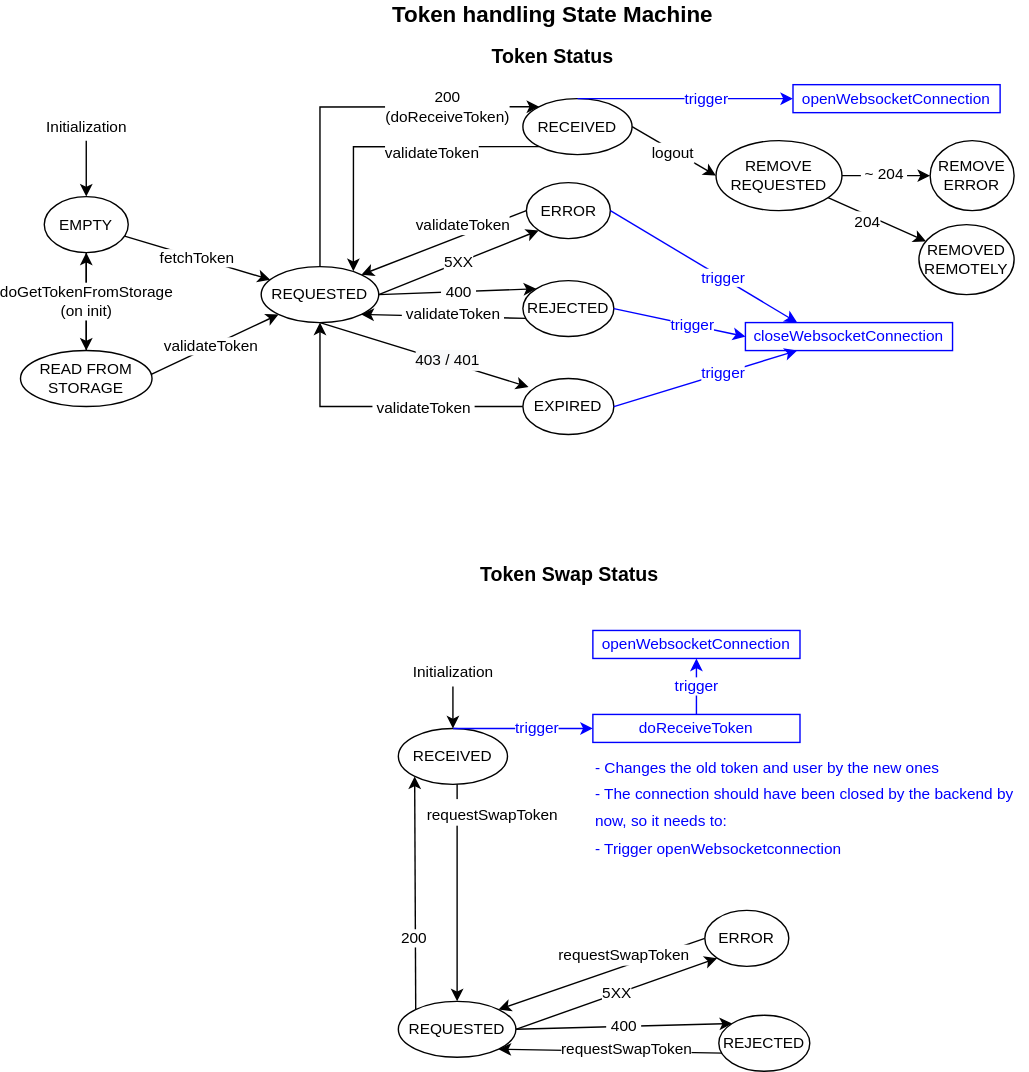
The draw.io diagram love/docsrc/assets/redux-auth.svg in lsst-ts/LOVE-frontend, before a commit. Source tidied: cells renumbered, new cells last; positions are measured from the earlier drawing's top-left corner, leaving out a move shared by most shapes.
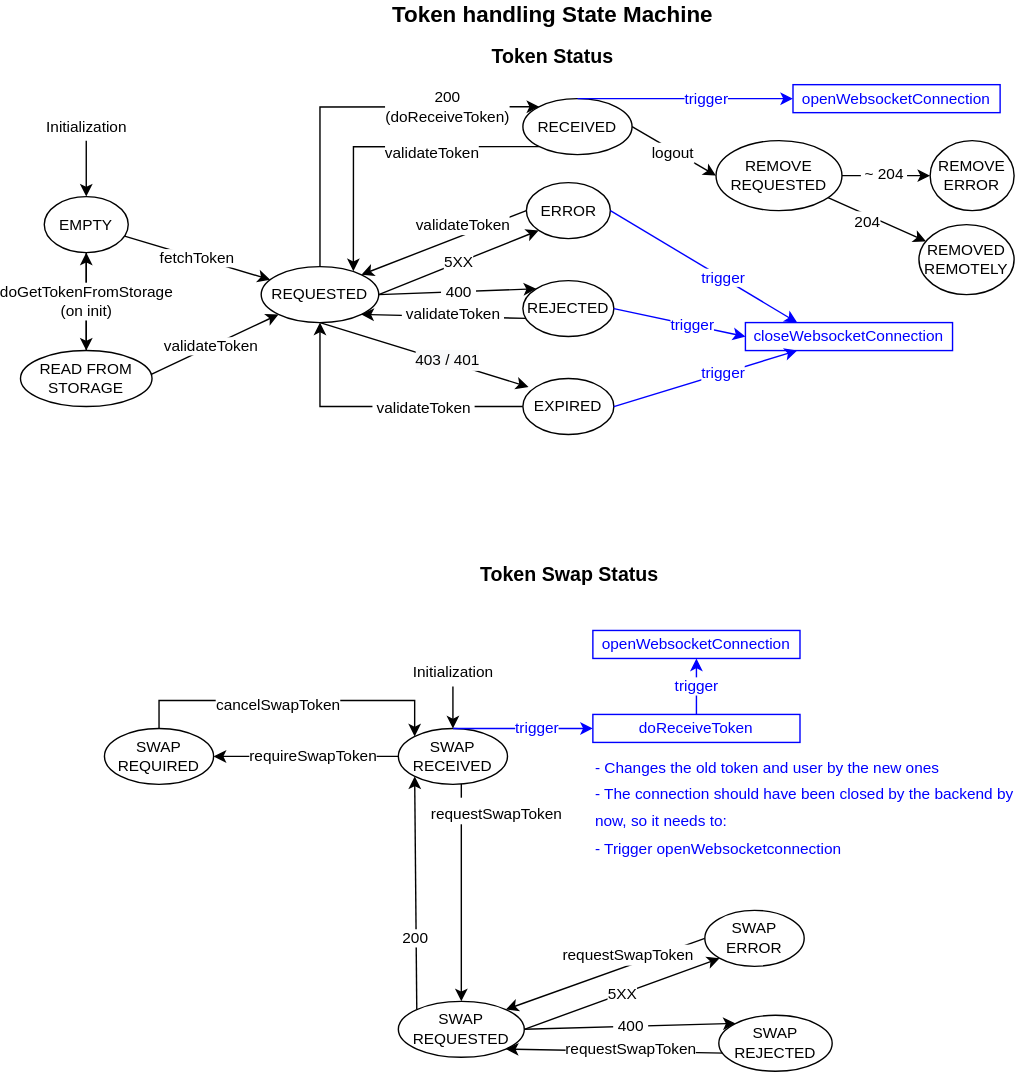
The same diagram one commit later.

Commit message:
Add REQUIRED status to documentation and go back to RECEIVED whn calling cancelSwapTOken

Change to the diagram source:
```diff
@@ -146,14 +146,14 @@
     <mxCell id="45" value="&amp;nbsp;400&amp;nbsp;" style="rounded=0;jettySize=auto;html=1;exitX=1;exitY=0.5;exitDx=0;exitDy=0;entryX=0;entryY=0;entryDx=0;entryDy=0;" parent="1" edge="1" source="46" target="55">
       <mxGeometry relative="1" as="geometry" />
     </mxCell>
-    <mxCell id="46" value="&lt;font color=&quot;#000000&quot;&gt;REQUESTED&lt;/font&gt;" style="ellipse;whiteSpace=wrap;html=1;strokeColor=#000000;fontSize=11;fontColor=#0000FF;" parent="1" vertex="1">
-      <mxGeometry x="270" y="715" width="84" height="40" as="geometry" />
+    <mxCell id="46" value="&lt;font color=&quot;#000000&quot;&gt;SWAP REQUESTED&lt;/font&gt;" style="ellipse;whiteSpace=wrap;html=1;strokeColor=#000000;fontSize=11;fontColor=#0000FF;" parent="1" vertex="1">
+      <mxGeometry x="270" y="715" width="90" height="40" as="geometry" />
     </mxCell>
-    <mxCell id="47" style="edgeStyle=orthogonalEdgeStyle;rounded=0;jettySize=auto;html=1;exitX=0.5;exitY=1;exitDx=0;exitDy=0;entryX=0.5;entryY=0;entryDx=0;entryDy=0;fontSize=16;" parent="1" edge="1" source="49" target="46">
+    <mxCell id="47" style="edgeStyle=orthogonalEdgeStyle;rounded=0;jettySize=auto;html=1;exitX=0.5;exitY=1;exitDx=0;exitDy=0;fontSize=16;entryX=0.5;entryY=0;entryDx=0;entryDy=0;" parent="1" edge="1" source="49" target="46">
       <mxGeometry relative="1" as="geometry">
         <Array as="points">
           <mxPoint x="309" y="540" />
-          <mxPoint x="312" y="540" />
+          <mxPoint x="315" y="540" />
         </Array>
       </mxGeometry>
     </mxCell>
@@ -162,7 +162,13 @@
         <mxPoint x="27" y="-13.7" as="offset" />
       </mxGeometry>
     </mxCell>
+    <mxCell id="64" style="edgeStyle=orthogonalEdgeStyle;rounded=0;jettySize=auto;html=1;exitX=0;exitY=0.5;exitDx=0;exitDy=0;entryX=1;entryY=0.5;entryDx=0;entryDy=0;fontSize=16;" parent="1" edge="1" source="49" target="68">
+      <mxGeometry relative="1" as="geometry" />
+    </mxCell>
+    <mxCell id="65" value="&lt;span style=&quot;font-size: 11px&quot;&gt;requireSwapToken&lt;/span&gt;" style="edgeLabel;html=1;align=center;verticalAlign=middle;fontSize=16;" parent="64" vertex="1">
+      <mxGeometry x="-0.07" y="-2" relative="1" as="geometry" />
+    </mxCell>
-    <mxCell id="49" value="&lt;font color=&quot;#000000&quot;&gt;RECEIVED&lt;/font&gt;" style="ellipse;whiteSpace=wrap;html=1;strokeColor=#000000;fontSize=11;fontColor=#0000FF;" parent="1" vertex="1">
+    <mxCell id="49" value="&lt;font color=&quot;#000000&quot;&gt;SWAP RECEIVED&lt;/font&gt;" style="ellipse;whiteSpace=wrap;html=1;strokeColor=#000000;fontSize=11;fontColor=#0000FF;" parent="1" vertex="1">
       <mxGeometry x="270" y="520" width="78" height="40" as="geometry" />
     </mxCell>
     <mxCell id="50" style="rounded=0;jettySize=auto;html=1;exitX=0;exitY=0.5;exitDx=0;exitDy=0;entryX=1;entryY=0;entryDx=0;entryDy=0;" parent="1" edge="1" source="52" target="46">
@@ -173,8 +179,8 @@
         <mxPoint x="1.7" y="-8.6" as="offset" />
       </mxGeometry>
     </mxCell>
-    <mxCell id="52" value="&lt;font color=&quot;#000000&quot;&gt;ERROR&lt;/font&gt;" style="ellipse;whiteSpace=wrap;html=1;strokeColor=#000000;fontSize=11;fontColor=#0000FF;" parent="1" vertex="1">
-      <mxGeometry x="489" y="650" width="60" height="40" as="geometry" />
+    <mxCell id="52" value="&lt;font color=&quot;#000000&quot;&gt;SWAP ERROR&lt;/font&gt;" style="ellipse;whiteSpace=wrap;html=1;strokeColor=#000000;fontSize=11;fontColor=#0000FF;" parent="1" vertex="1">
+      <mxGeometry x="489" y="650" width="71" height="40" as="geometry" />
     </mxCell>
     <mxCell id="53" style="edgeStyle=none;rounded=0;jettySize=auto;html=1;exitX=0.046;exitY=0.675;exitDx=0;exitDy=0;entryX=1;entryY=1;entryDx=0;entryDy=0;exitPerimeter=0;" parent="1" edge="1" source="55" target="46">
       <mxGeometry relative="1" as="geometry" />
@@ -184,8 +190,8 @@
         <mxPoint x="-10.6" y="0.7" as="offset" />
       </mxGeometry>
     </mxCell>
-    <mxCell id="55" value="&lt;font color=&quot;#000000&quot;&gt;REJECTED&lt;/font&gt;" style="ellipse;whiteSpace=wrap;html=1;strokeColor=#000000;fontSize=11;fontColor=#0000FF;" parent="1" vertex="1">
-      <mxGeometry x="499" y="725" width="65" height="40" as="geometry" />
+    <mxCell id="55" value="&lt;font color=&quot;#000000&quot;&gt;SWAP REJECTED&lt;/font&gt;" style="ellipse;whiteSpace=wrap;html=1;strokeColor=#000000;fontSize=11;fontColor=#0000FF;" parent="1" vertex="1">
+      <mxGeometry x="499" y="725" width="81" height="40" as="geometry" />
     </mxCell>
     <mxCell id="56" value="&lt;font color=&quot;#0000ff&quot;&gt;trigger&lt;/font&gt;" style="rounded=0;jettySize=auto;html=1;exitX=0.5;exitY=0;exitDx=0;exitDy=0;fontSize=11;strokeColor=#0000FF;" parent="1" edge="1" source="49" target="57">
       <mxGeometry x="0.19" relative="1" as="geometry" />
@@ -217,5 +223,19 @@
     <mxCell id="63" value="&lt;span style=&quot;color: rgb(0 , 0 , 255) ; font-family: &amp;#34;helvetica&amp;#34; ; font-size: 11px ; font-style: normal ; font-weight: 400 ; letter-spacing: normal ; text-align: center ; text-indent: 0px ; text-transform: none ; word-spacing: 0px ; background-color: rgb(255 , 255 , 255) ; float: none ; display: inline&quot;&gt;- Changes the old token and user by the new ones&lt;br&gt;- The connection should have been closed by the backend by now, so it needs to:&lt;br&gt;- Trigger openWebsocketconnection&lt;br&gt;&lt;/span&gt;" style="text;whiteSpace=wrap;html=1;fontSize=16;" parent="1" vertex="1">
       <mxGeometry x="409" y="530" width="310" height="110" as="geometry" />
     </mxCell>
+    <mxCell id="66" style="edgeStyle=orthogonalEdgeStyle;rounded=0;jettySize=auto;html=1;exitX=0.5;exitY=0;exitDx=0;exitDy=0;entryX=0;entryY=0;entryDx=0;entryDy=0;fontSize=16;" parent="1" edge="1" source="68" target="49">
+      <mxGeometry relative="1" as="geometry">
+        <Array as="points">
+          <mxPoint x="99" y="500" />
+          <mxPoint x="282" y="500" />
+        </Array>
+      </mxGeometry>
+    </mxCell>
+    <mxCell id="67" value="&lt;span style=&quot;font-size: 11px&quot;&gt;cancelSwapToken&lt;/span&gt;" style="edgeLabel;html=1;align=center;verticalAlign=middle;fontSize=16;" parent="66" vertex="1">
+      <mxGeometry x="-0.08" y="-1" relative="1" as="geometry" />
+    </mxCell>
+    <mxCell id="68" value="&lt;font color=&quot;#000000&quot;&gt;SWAP REQUIRED&lt;/font&gt;" style="ellipse;whiteSpace=wrap;html=1;strokeColor=#000000;fontSize=11;fontColor=#0000FF;" parent="1" vertex="1">
+      <mxGeometry x="60" y="520" width="78" height="40" as="geometry" />
+    </mxCell>
   </root>
 </mxGraphModel>
```
